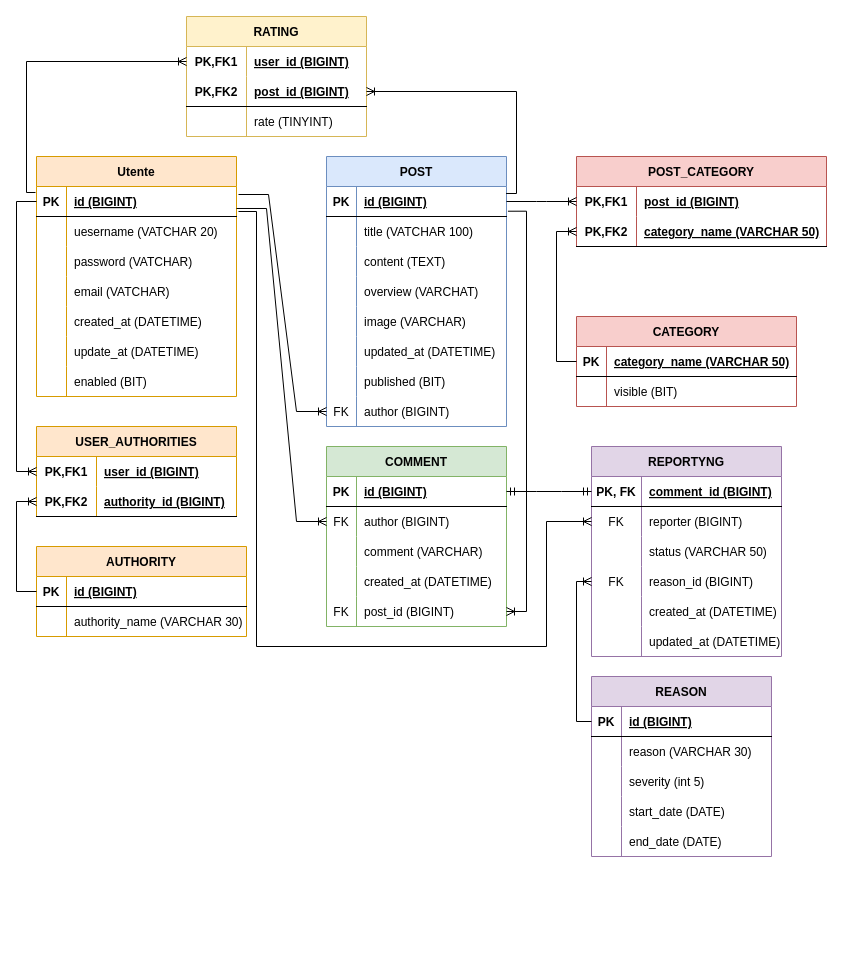
This is asset/myblog.drawio from CiccioFr/myblog, a draw.io file, before an edit. Source tidied: cells renumbered, new cells numbered last; positions are measured from the earlier drawing's top-left corner, leaving out a move shared by most shapes. Both pictures are drawn from the tidied source at 100%, with x=0, y=0 at pixel (16, 16).
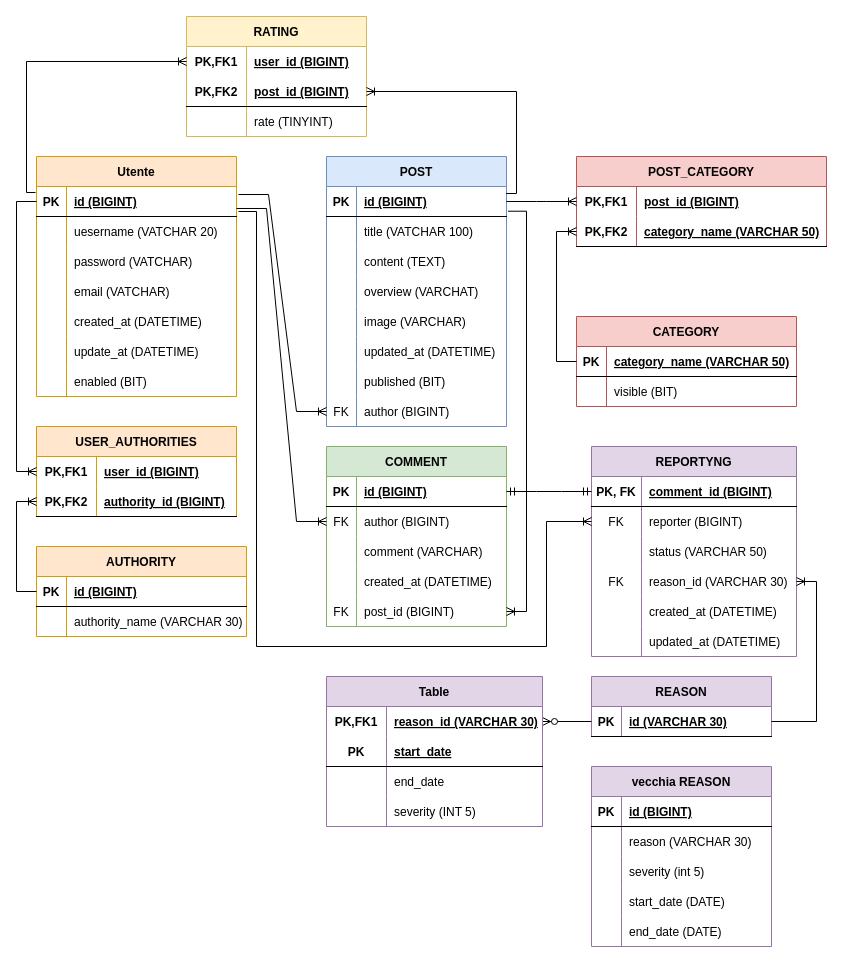
The same diagram, later.

Commit message (it also covers changes not shown here):
Agg UML DataBase

The change refers to these unchanged cells:
```xml
<mxCell id="120" style="shape=tableRow;horizontal=0;startSize=0;swimlaneHead=0;swimlaneBody=0;fillColor=none;points=[[0,0.5],[1,0.5]];portConstraint=eastwest;top=0;left=0;right=0;bottom=1;" parent="119" vertex="1">
  <mxGeometry y="30" width="180" height="30" as="geometry" />
</mxCell>
```

What changed in the source:
```diff
@@
     <mxCell id="100" value="REPORTYNG" style="shape=table;startSize=30;childLayout=tableLayout;rowLines=0;fontStyle=1;align=center;fillColor=#e1d5e7;strokeColor=#9673a6;" parent="1" vertex="1">
-      <mxGeometry x="575" y="430" width="190" height="210" as="geometry" />
+      <mxGeometry x="575" y="430" width="205" height="210" as="geometry" />
     </mxCell>
     <mxCell id="101" style="shape=tableRow;horizontal=0;startSize=0;swimlaneHead=0;swimlaneBody=0;fillColor=none;points=[[0,0.5],[1,0.5]];portConstraint=eastwest;top=0;left=0;right=0;bottom=1;" parent="100" vertex="1">
-      <mxGeometry y="30" width="190" height="30" as="geometry" />
+      <mxGeometry y="30" width="205" height="30" as="geometry" />
     </mxCell>
@@
     <mxCell id="103" value="comment_id (BIGINT)" style="shape=partialRectangle;fillColor=none;top=0;left=0;bottom=0;right=0;align=left;spacingLeft=6;fontStyle=5;overflow=hidden;" parent="101" vertex="1">
-      <mxGeometry x="50" width="140" height="30" as="geometry" />
+      <mxGeometry x="50" width="155" height="30" as="geometry" />
     </mxCell>
     <mxCell id="104" style="shape=tableRow;horizontal=0;startSize=0;swimlaneHead=0;swimlaneBody=0;fillColor=none;points=[[0,0.5],[1,0.5]];portConstraint=eastwest;top=0;left=0;right=0;bottom=0;" parent="100" vertex="1">
-      <mxGeometry y="60" width="190" height="30" as="geometry" />
+      <mxGeometry y="60" width="205" height="30" as="geometry" />
     </mxCell>
@@
     <mxCell id="106" value="reporter (BIGINT)" style="shape=partialRectangle;fillColor=none;top=0;left=0;bottom=0;right=0;align=left;spacingLeft=6;overflow=hidden;" parent="104" vertex="1">
-      <mxGeometry x="50" width="140" height="30" as="geometry" />
+      <mxGeometry x="50" width="155" height="30" as="geometry" />
     </mxCell>
     <mxCell id="107" style="shape=tableRow;horizontal=0;startSize=0;swimlaneHead=0;swimlaneBody=0;fillColor=none;top=0;left=0;right=0;bottom=0;" parent="100" vertex="1">
-      <mxGeometry y="90" width="190" height="30" as="geometry" />
+      <mxGeometry y="90" width="205" height="30" as="geometry" />
     </mxCell>
@@
     <mxCell id="109" value="status (VARCHAR 50)" style="shape=partialRectangle;fillColor=none;top=0;left=0;bottom=0;right=0;align=left;spacingLeft=6;overflow=hidden;" parent="107" vertex="1">
-      <mxGeometry x="50" width="140" height="30" as="geometry" />
+      <mxGeometry x="50" width="155" height="30" as="geometry" />
     </mxCell>
     <mxCell id="110" style="shape=tableRow;horizontal=0;startSize=0;swimlaneHead=0;swimlaneBody=0;fillColor=none;points=[[0,0.5],[1,0.5]];portConstraint=eastwest;top=0;left=0;right=0;bottom=0;" parent="100" vertex="1">
-      <mxGeometry y="120" width="190" height="30" as="geometry" />
+      <mxGeometry y="120" width="205" height="30" as="geometry" />
     </mxCell>
@@
-    <mxCell id="112" value="reason_id (BIGINT)" style="shape=partialRectangle;fillColor=none;top=0;left=0;bottom=0;right=0;align=left;spacingLeft=6;overflow=hidden;" parent="110" vertex="1">
-      <mxGeometry x="50" width="140" height="30" as="geometry" />
+    <mxCell id="112" value="reason_id (VARCHAR 30)" style="shape=partialRectangle;fillColor=none;top=0;left=0;bottom=0;right=0;align=left;spacingLeft=6;overflow=hidden;" parent="110" vertex="1">
+      <mxGeometry x="50" width="155" height="30" as="geometry" />
     </mxCell>
     <mxCell id="113" style="shape=tableRow;horizontal=0;startSize=0;swimlaneHead=0;swimlaneBody=0;fillColor=none;top=0;left=0;right=0;bottom=0;" parent="100" vertex="1">
-      <mxGeometry y="150" width="190" height="30" as="geometry" />
+      <mxGeometry y="150" width="205" height="30" as="geometry" />
     </mxCell>
@@
     <mxCell id="115" value="created_at (DATETIME)" style="shape=partialRectangle;fillColor=none;top=0;left=0;bottom=0;right=0;align=left;spacingLeft=6;overflow=hidden;" parent="113" vertex="1">
-      <mxGeometry x="50" width="140" height="30" as="geometry" />
+      <mxGeometry x="50" width="155" height="30" as="geometry" />
     </mxCell>
     <mxCell id="116" style="shape=tableRow;horizontal=0;startSize=0;swimlaneHead=0;swimlaneBody=0;fillColor=none;top=0;left=0;right=0;bottom=0;" parent="100" vertex="1">
-      <mxGeometry y="180" width="190" height="30" as="geometry" />
+      <mxGeometry y="180" width="205" height="30" as="geometry" />
     </mxCell>
@@
     <mxCell id="118" value="updated_at (DATETIME)" style="shape=partialRectangle;fillColor=none;top=0;left=0;bottom=0;right=0;align=left;spacingLeft=6;overflow=hidden;" parent="116" vertex="1">
-      <mxGeometry x="50" width="140" height="30" as="geometry" />
+      <mxGeometry x="50" width="155" height="30" as="geometry" />
     </mxCell>
     <mxCell id="119" value="REASON" style="shape=table;startSize=30;childLayout=tableLayout;rowLines=0;fontStyle=1;align=center;fillColor=#e1d5e7;strokeColor=#9673a6;" parent="1" vertex="1">
-      <mxGeometry x="575" y="660" width="180" height="180" as="geometry" />
+      <mxGeometry x="575" y="660" width="180" height="60" as="geometry" />
     </mxCell>
@@
-    <mxCell id="122" value="id (BIGINT)" style="shape=partialRectangle;fillColor=none;top=0;left=0;bottom=0;right=0;align=left;spacingLeft=6;fontStyle=5;overflow=hidden;" parent="120" vertex="1">
+    <mxCell id="122" value="id (VARCHAR 30)" style="shape=partialRectangle;fillColor=none;top=0;left=0;bottom=0;right=0;align=left;spacingLeft=6;fontStyle=5;overflow=hidden;" parent="120" vertex="1">
       <mxGeometry x="30" width="150" height="30" as="geometry" />
     </mxCell>
-    <mxCell id="123" style="shape=tableRow;horizontal=0;startSize=0;swimlaneHead=0;swimlaneBody=0;fillColor=none;top=0;left=0;right=0;bottom=0;" parent="119" vertex="1">
-      <mxGeometry y="60" width="180" height="30" as="geometry" />
-    </mxCell>
-    <mxCell id="124" style="shape=partialRectangle;fillColor=none;top=0;left=0;bottom=0;right=0;overflow=hidden;" parent="123" vertex="1">
-      <mxGeometry width="30" height="30" as="geometry" />
-    </mxCell>
-    <mxCell id="125" value="reason (VARCHAR 30)" style="shape=partialRectangle;fillColor=none;top=0;left=0;bottom=0;right=0;align=left;spacingLeft=6;overflow=hidden;" parent="123" vertex="1">
-      <mxGeometry x="30" width="150" height="30" as="geometry" />
-    </mxCell>
-    <mxCell id="126" style="shape=tableRow;horizontal=0;startSize=0;swimlaneHead=0;swimlaneBody=0;fillColor=none;top=0;left=0;right=0;bottom=0;" parent="119" vertex="1">
-      <mxGeometry y="90" width="180" height="30" as="geometry" />
-    </mxCell>
-    <mxCell id="127" style="shape=partialRectangle;fillColor=none;top=0;left=0;bottom=0;right=0;overflow=hidden;" parent="126" vertex="1">
-      <mxGeometry width="30" height="30" as="geometry" />
-    </mxCell>
-    <mxCell id="128" value="severity (int 5)" style="shape=partialRectangle;fillColor=none;top=0;left=0;bottom=0;right=0;align=left;spacingLeft=6;overflow=hidden;" parent="126" vertex="1">
-      <mxGeometry x="30" width="150" height="30" as="geometry" />
-    </mxCell>
-    <mxCell id="129" style="shape=tableRow;horizontal=0;startSize=0;swimlaneHead=0;swimlaneBody=0;fillColor=none;top=0;left=0;right=0;bottom=0;" parent="119" vertex="1">
-      <mxGeometry y="120" width="180" height="30" as="geometry" />
-    </mxCell>
-    <mxCell id="130" style="shape=partialRectangle;fillColor=none;top=0;left=0;bottom=0;right=0;overflow=hidden;" parent="129" vertex="1">
-      <mxGeometry width="30" height="30" as="geometry" />
-    </mxCell>
-    <mxCell id="131" value="start_date (DATE)" style="shape=partialRectangle;fillColor=none;top=0;left=0;bottom=0;right=0;align=left;spacingLeft=6;overflow=hidden;" parent="129" vertex="1">
-      <mxGeometry x="30" width="150" height="30" as="geometry" />
-    </mxCell>
-    <mxCell id="132" style="shape=tableRow;horizontal=0;startSize=0;swimlaneHead=0;swimlaneBody=0;fillColor=none;top=0;left=0;right=0;bottom=0;" parent="119" vertex="1">
-      <mxGeometry y="150" width="180" height="30" as="geometry" />
-    </mxCell>
-    <mxCell id="133" style="shape=partialRectangle;fillColor=none;top=0;left=0;bottom=0;right=0;overflow=hidden;" parent="132" vertex="1">
-      <mxGeometry width="30" height="30" as="geometry" />
-    </mxCell>
-    <mxCell id="134" value="end_date (DATE)" style="shape=partialRectangle;fillColor=none;top=0;left=0;bottom=0;right=0;align=left;spacingLeft=6;overflow=hidden;" parent="132" vertex="1">
-      <mxGeometry x="30" width="150" height="30" as="geometry" />
-    </mxCell>
-    <mxCell id="135" style="edgeStyle=orthogonalEdgeStyle;fontSize=12;html=1;endArrow=ERoneToMany;rounded=0;entryX=0;entryY=0.5;entryDx=0;entryDy=0;exitX=0;exitY=0.5;exitDx=0;exitDy=0;" parent="1" edge="1" source="120" target="110">
+    <mxCell id="135" style="edgeStyle=orthogonalEdgeStyle;fontSize=12;html=1;endArrow=ERoneToMany;rounded=0;entryX=1;entryY=0.5;entryDx=0;entryDy=0;exitX=1;exitY=0.5;exitDx=0;exitDy=0;" parent="1" edge="1" source="120" target="110">
       <mxGeometry relative="1" as="geometry">
         <Array as="points">
-          <mxPoint x="560" y="705" />
-          <mxPoint x="560" y="565" />
+          <mxPoint x="800" y="705" />
+          <mxPoint x="800" y="565" />
         </Array>
       </mxGeometry>
     </mxCell>
@@
+    <mxCell id="150" value="vecchia REASON" style="shape=table;startSize=30;childLayout=tableLayout;rowLines=0;fontStyle=1;align=center;fillColor=#e1d5e7;strokeColor=#9673a6;" parent="1" vertex="1">
+      <mxGeometry x="575" y="750" width="180" height="180" as="geometry" />
+    </mxCell>
+    <mxCell id="151" style="shape=tableRow;horizontal=0;startSize=0;swimlaneHead=0;swimlaneBody=0;fillColor=none;top=0;left=0;right=0;bottom=1;" parent="150" vertex="1">
+      <mxGeometry y="30" width="180" height="30" as="geometry" />
+    </mxCell>
+    <mxCell id="152" value="PK" style="shape=partialRectangle;fillColor=none;top=0;left=0;bottom=0;right=0;fontStyle=1;overflow=hidden;" parent="151" vertex="1">
+      <mxGeometry width="30" height="30" as="geometry" />
+    </mxCell>
+    <mxCell id="153" value="id (BIGINT)" style="shape=partialRectangle;fillColor=none;top=0;left=0;bottom=0;right=0;align=left;spacingLeft=6;fontStyle=5;overflow=hidden;" parent="151" vertex="1">
+      <mxGeometry x="30" width="150" height="30" as="geometry" />
+    </mxCell>
+    <mxCell id="123" style="shape=tableRow;horizontal=0;startSize=0;swimlaneHead=0;swimlaneBody=0;fillColor=none;top=0;left=0;right=0;bottom=0;" parent="150" vertex="1">
+      <mxGeometry y="60" width="180" height="30" as="geometry" />
+    </mxCell>
+    <mxCell id="154" style="shape=partialRectangle;fillColor=none;top=0;left=0;bottom=0;right=0;overflow=hidden;" parent="123" vertex="1">
+      <mxGeometry width="30" height="30" as="geometry" />
+    </mxCell>
+    <mxCell id="125" value="reason (VARCHAR 30)" style="shape=partialRectangle;fillColor=none;top=0;left=0;bottom=0;right=0;align=left;spacingLeft=6;overflow=hidden;" parent="123" vertex="1">
+      <mxGeometry x="30" width="150" height="30" as="geometry" />
+    </mxCell>
+    <mxCell id="126" style="shape=tableRow;horizontal=0;startSize=0;swimlaneHead=0;swimlaneBody=0;fillColor=none;top=0;left=0;right=0;bottom=0;" parent="150" vertex="1">
+      <mxGeometry y="90" width="180" height="30" as="geometry" />
+    </mxCell>
+    <mxCell id="155" style="shape=partialRectangle;fillColor=none;top=0;left=0;bottom=0;right=0;overflow=hidden;" parent="126" vertex="1">
+      <mxGeometry width="30" height="30" as="geometry" />
+    </mxCell>
+    <mxCell id="128" value="severity (int 5)" style="shape=partialRectangle;fillColor=none;top=0;left=0;bottom=0;right=0;align=left;spacingLeft=6;overflow=hidden;" parent="126" vertex="1">
+      <mxGeometry x="30" width="150" height="30" as="geometry" />
+    </mxCell>
+    <mxCell id="129" style="shape=tableRow;horizontal=0;startSize=0;swimlaneHead=0;swimlaneBody=0;fillColor=none;top=0;left=0;right=0;bottom=0;" parent="150" vertex="1">
+      <mxGeometry y="120" width="180" height="30" as="geometry" />
+    </mxCell>
+    <mxCell id="156" style="shape=partialRectangle;fillColor=none;top=0;left=0;bottom=0;right=0;overflow=hidden;" parent="129" vertex="1">
+      <mxGeometry width="30" height="30" as="geometry" />
+    </mxCell>
+    <mxCell id="131" value="start_date (DATE)" style="shape=partialRectangle;fillColor=none;top=0;left=0;bottom=0;right=0;align=left;spacingLeft=6;overflow=hidden;" parent="129" vertex="1">
+      <mxGeometry x="30" width="150" height="30" as="geometry" />
+    </mxCell>
+    <mxCell id="132" style="shape=tableRow;horizontal=0;startSize=0;swimlaneHead=0;swimlaneBody=0;fillColor=none;top=0;left=0;right=0;bottom=0;" parent="150" vertex="1">
+      <mxGeometry y="150" width="180" height="30" as="geometry" />
+    </mxCell>
+    <mxCell id="157" style="shape=partialRectangle;fillColor=none;top=0;left=0;bottom=0;right=0;overflow=hidden;" parent="132" vertex="1">
+      <mxGeometry width="30" height="30" as="geometry" />
+    </mxCell>
+    <mxCell id="134" value="end_date (DATE)" style="shape=partialRectangle;fillColor=none;top=0;left=0;bottom=0;right=0;align=left;spacingLeft=6;overflow=hidden;" parent="132" vertex="1">
+      <mxGeometry x="30" width="150" height="30" as="geometry" />
+    </mxCell>
+    <mxCell id="158" style="edgeStyle=entityRelationEdgeStyle;fontSize=12;html=1;endArrow=ERzeroToMany;endFill=1;rounded=0;entryX=1;entryY=0.5;entryDx=0;entryDy=0;exitX=0;exitY=0.5;exitDx=0;exitDy=0;" parent="1" edge="1" source="120" target="160">
+      <mxGeometry relative="1" as="geometry" />
+    </mxCell>
+    <mxCell id="159" value="Table" style="shape=table;startSize=30;childLayout=tableLayout;rowLines=0;fontStyle=1;align=center;fillColor=#e1d5e7;strokeColor=#9673a6;" parent="1" vertex="1">
+      <mxGeometry x="310" y="660" width="216" height="150" as="geometry" />
+    </mxCell>
+    <mxCell id="160" style="shape=tableRow;horizontal=0;startSize=0;swimlaneHead=0;swimlaneBody=0;fillColor=none;points=[[0,0.5],[1,0.5]];portConstraint=eastwest;top=0;left=0;right=0;bottom=0;" parent="159" vertex="1">
+      <mxGeometry y="30" width="216" height="30" as="geometry" />
+    </mxCell>
+    <mxCell id="161" value="PK,FK1" style="shape=partialRectangle;fillColor=none;top=0;left=0;bottom=0;right=0;fontStyle=1;overflow=hidden;" parent="160" vertex="1">
+      <mxGeometry width="60" height="30" as="geometry" />
+    </mxCell>
+    <mxCell id="162" value="reason_id (VARCHAR 30)" style="shape=partialRectangle;fillColor=none;top=0;left=0;bottom=0;right=0;align=left;spacingLeft=6;fontStyle=5;overflow=hidden;" parent="160" vertex="1">
+      <mxGeometry x="60" width="156" height="30" as="geometry" />
+    </mxCell>
+    <mxCell id="163" style="shape=tableRow;horizontal=0;startSize=0;swimlaneHead=0;swimlaneBody=0;fillColor=none;top=0;left=0;right=0;bottom=1;" parent="159" vertex="1">
+      <mxGeometry y="60" width="216" height="30" as="geometry" />
+    </mxCell>
+    <mxCell id="164" value="PK" style="shape=partialRectangle;fillColor=none;top=0;left=0;bottom=0;right=0;fontStyle=1;overflow=hidden;" parent="163" vertex="1">
+      <mxGeometry width="60" height="30" as="geometry" />
+    </mxCell>
+    <mxCell id="165" value="start_date" style="shape=partialRectangle;fillColor=none;top=0;left=0;bottom=0;right=0;align=left;spacingLeft=6;fontStyle=5;overflow=hidden;" parent="163" vertex="1">
+      <mxGeometry x="60" width="156" height="30" as="geometry" />
+    </mxCell>
+    <mxCell id="166" style="shape=tableRow;horizontal=0;startSize=0;swimlaneHead=0;swimlaneBody=0;fillColor=none;top=0;left=0;right=0;bottom=0;" parent="159" vertex="1">
+      <mxGeometry y="90" width="216" height="30" as="geometry" />
+    </mxCell>
+    <mxCell id="167" style="shape=partialRectangle;fillColor=none;top=0;left=0;bottom=0;right=0;overflow=hidden;" parent="166" vertex="1">
+      <mxGeometry width="60" height="30" as="geometry" />
+    </mxCell>
+    <mxCell id="168" value="end_date" style="shape=partialRectangle;fillColor=none;top=0;left=0;bottom=0;right=0;align=left;spacingLeft=6;overflow=hidden;" parent="166" vertex="1">
+      <mxGeometry x="60" width="156" height="30" as="geometry" />
+    </mxCell>
+    <mxCell id="169" style="shape=tableRow;horizontal=0;startSize=0;swimlaneHead=0;swimlaneBody=0;fillColor=none;top=0;left=0;right=0;bottom=0;" parent="159" vertex="1">
+      <mxGeometry y="120" width="216" height="30" as="geometry" />
+    </mxCell>
+    <mxCell id="170" style="shape=partialRectangle;fillColor=none;top=0;left=0;bottom=0;right=0;overflow=hidden;" parent="169" vertex="1">
+      <mxGeometry width="60" height="30" as="geometry" />
+    </mxCell>
+    <mxCell id="171" value="severity (INT 5)" style="shape=partialRectangle;fillColor=none;top=0;left=0;bottom=0;right=0;align=left;spacingLeft=6;overflow=hidden;" parent="169" vertex="1">
+      <mxGeometry x="60" width="156" height="30" as="geometry" />
+    </mxCell>
```
